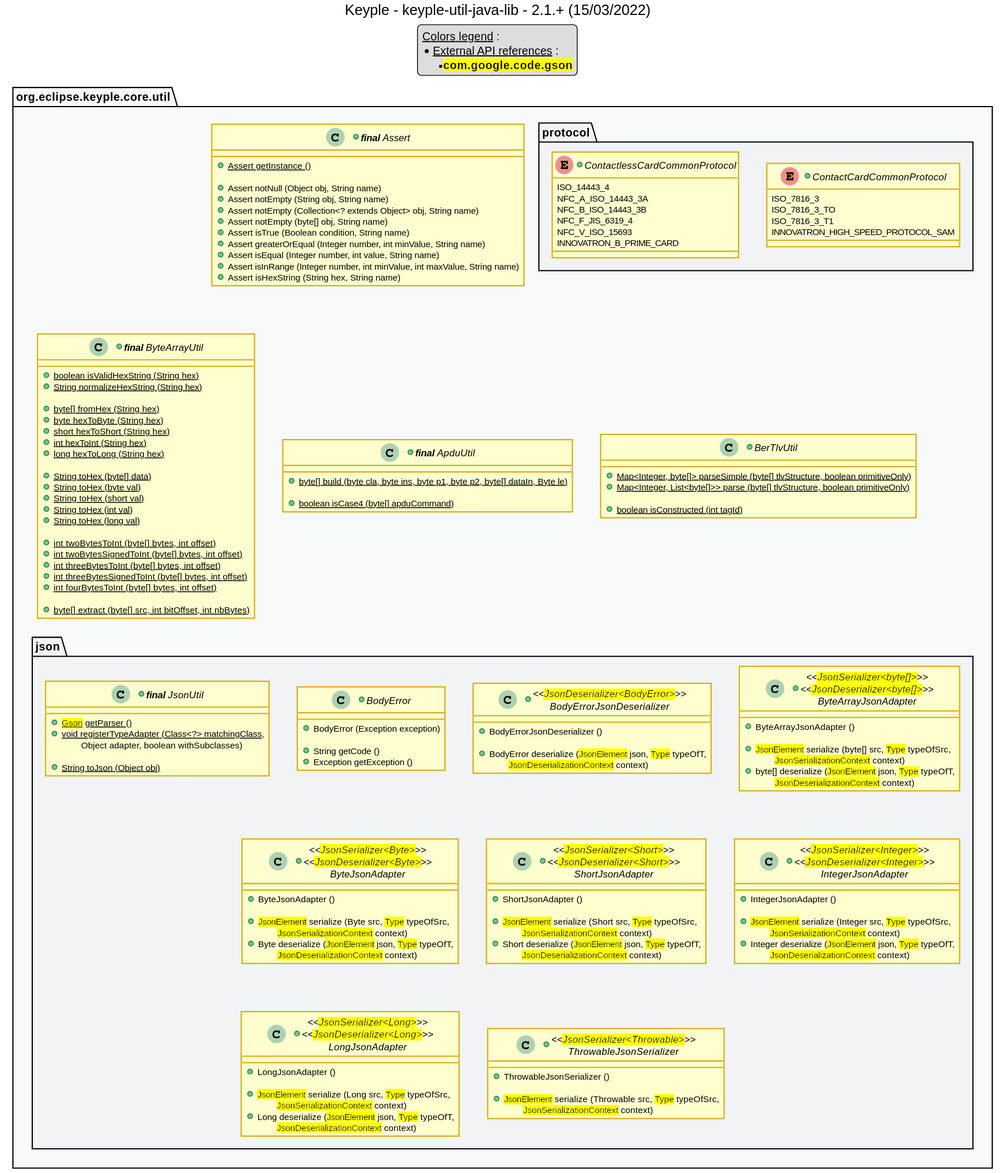
This is src/main/uml/api_class_diagram.svg from eclipse-keyple/keyple-util-java-lib, a PlantUML export, as it was before one commit.
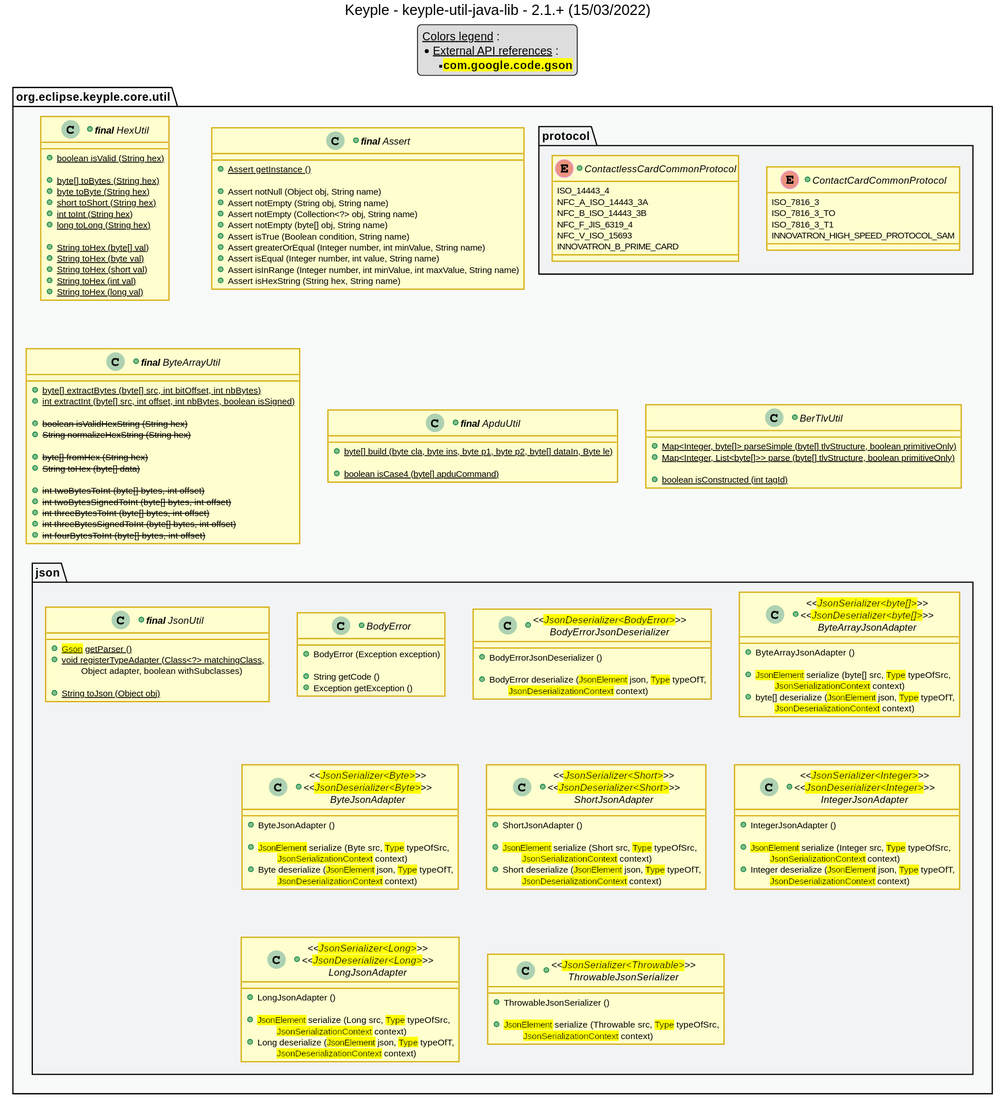
Later version of the same file.

Diff of the diagram source:
```diff
@@ -49,7 +49,7 @@
 
         +Assert notNull (Object obj, String name)
         +Assert notEmpty (String obj, String name)
-        +Assert notEmpty (Collection<? extends Object> obj, String name)
+        +Assert notEmpty (Collection<?> obj, String name)
         +Assert notEmpty (byte[] obj, String name)
         +Assert isTrue (Boolean condition, String name)
         +Assert greaterOrEqual (Integer number, int minValue, String name)
@@ -58,28 +58,35 @@
         +Assert isHexString (String hex, String name)
     }
     +class "**final** ByteArrayUtil" as ByteArrayUtil {
-        +{static} boolean isValidHexString (String hex)
-        +{static} String normalizeHexString (String hex)
+        +{static} byte[] extractBytes (byte[] src, int bitOffset, int nbBytes)
+        +{static} int extractInt (byte[] src, int offset, int nbBytes, boolean isSigned)
 
-        +{static} byte[] fromHex (String hex)
-        +{static} byte hexToByte (String hex)
-        +{static} short hexToShort (String hex)
-        +{static} int hexToInt (String hex)
-        +{static} long hexToLong (String hex)
+        +<s>boolean isValidHexString (String hex)
+        +<s>String normalizeHexString (String hex)
 
-        +{static} String toHex (byte[] data)
+        +<s>byte[] fromHex (String hex)
+        +<s>String toHex (byte[] data)
+
+        +<s>int twoBytesToInt (byte[] bytes, int offset)
+        +<s>int twoBytesSignedToInt (byte[] bytes, int offset)
+        +<s>int threeBytesToInt (byte[] bytes, int offset)
+        +<s>int threeBytesSignedToInt (byte[] bytes, int offset)
+        +<s>int fourBytesToInt (byte[] bytes, int offset)
+    }
+    +class "**final** HexUtil" as HexUtil {
+        +{static} boolean isValid (String hex)
+
+        +{static} byte[] toBytes (String hex)
+        +{static} byte toByte (String hex)
+        +{static} short toShort (String hex)
+        +{static} int toInt (String hex)
+        +{static} long toLong (String hex)
+
+        +{static} String toHex (byte[] val)
         +{static} String toHex (byte val)
         +{static} String toHex (short val)
         +{static} String toHex (int val)
         +{static} String toHex (long val)
-
-        +{static} int twoBytesToInt (byte[] bytes, int offset)
-        +{static} int twoBytesSignedToInt (byte[] bytes, int offset)
-        +{static} int threeBytesToInt (byte[] bytes, int offset)
-        +{static} int threeBytesSignedToInt (byte[] bytes, int offset)
-        +{static} int fourBytesToInt (byte[] bytes, int offset)
-
-        +{static} byte[] extract (byte[] src, int bitOffset, int nbBytes)
     }
     +class "**final** ApduUtil" as ApduUtil {
         +{static} byte[] build (byte cla, byte ins, byte p1, byte p2, byte[] dataIn, Byte le)
```
